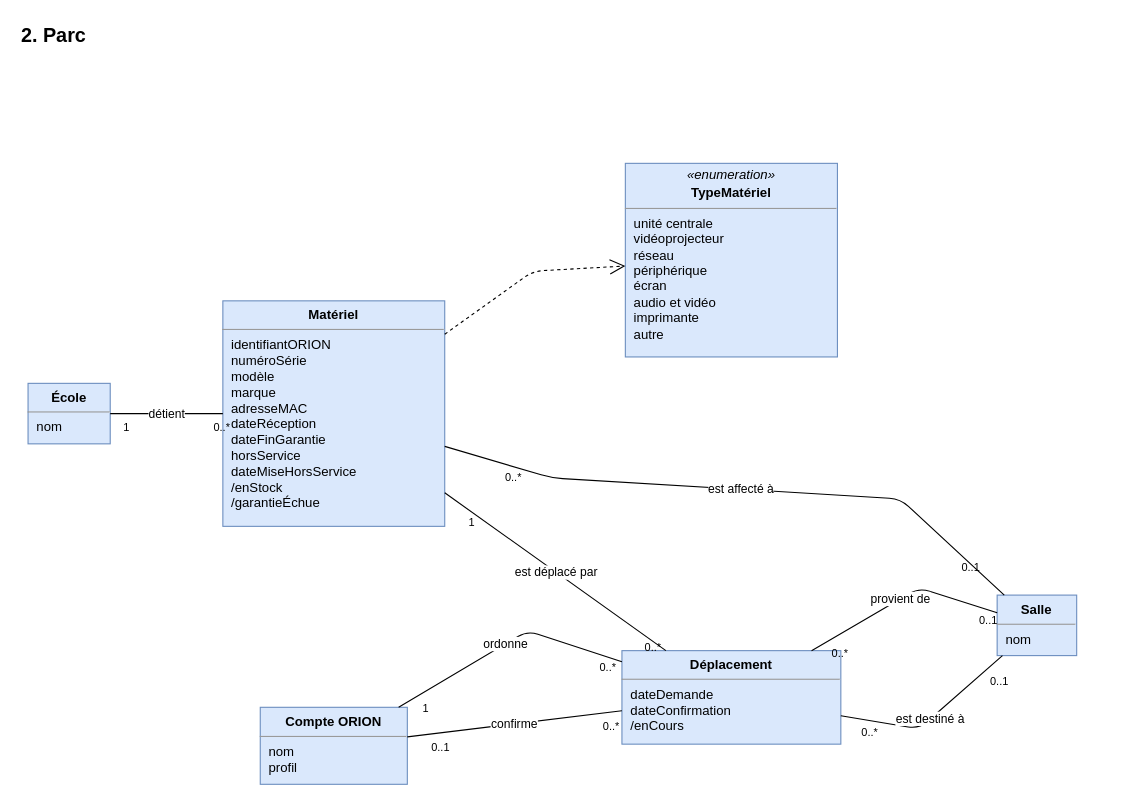
This is page "Parc" (2 of 5) of docs/02-ANALYSE/02-CAPTURE-DES-BESOINS/09-DIAGRAMME-CLASSES-METIER.drawio from bpierrelouis/aster, a draw.io file, before an edit. Source tidied: cells renumbered, new cells numbered last; positions are measured from the earlier drawing's top-left corner, leaving out a move shared by most shapes. Both pictures are drawn from the tidied source at 110%, with x=0, y=0 at pixel (19, 19).
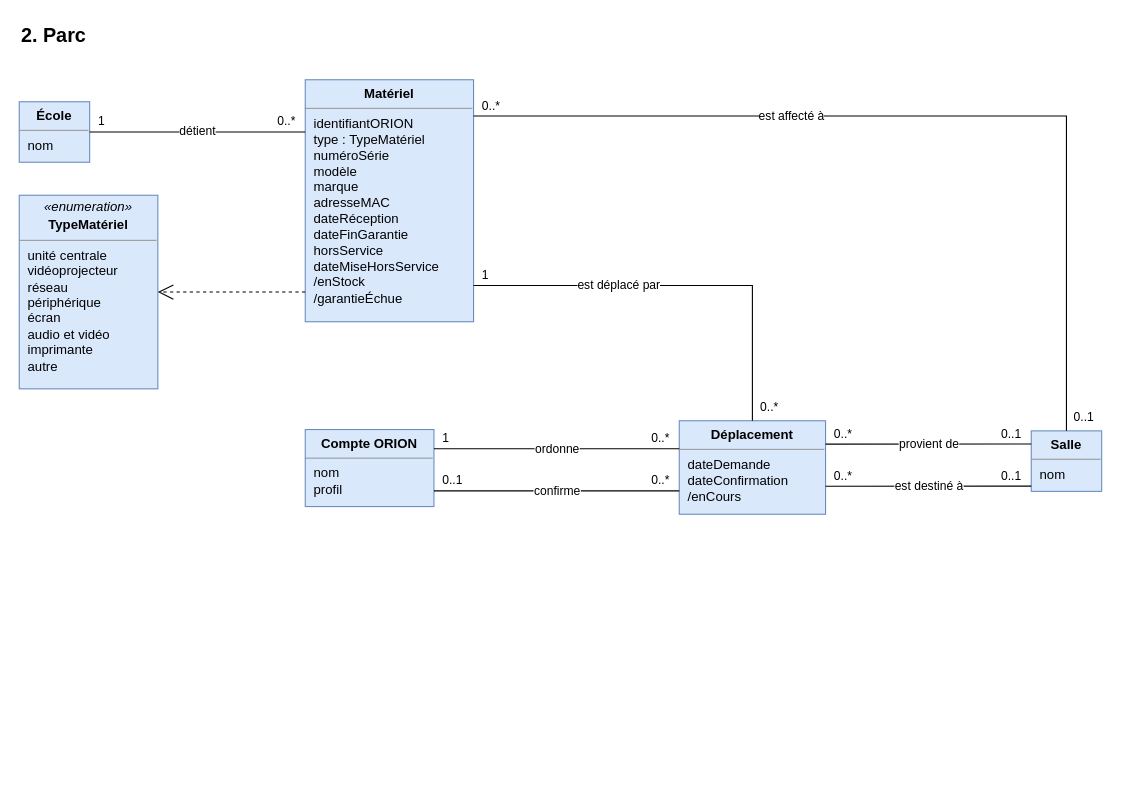
The same page after the edit.

The edit, as a diff of the source:
```diff
@@
     <mxCell id="2" value="2. Parc" style="text;html=1;align=left;verticalAlign=middle;strokeColor=none;fillColor=none;fontSize=18;fontStyle=1;" parent="1" vertex="1">
-      <mxGeometry width="500" height="30" as="geometry" />
+      <mxGeometry width="600" height="30" as="geometry" />
     </mxCell>
+    <mxCell id="5" value="&lt;p style=&quot;margin:0;margin-top:6px;text-align:center;&quot;&gt;&lt;b&gt;Matériel&lt;/b&gt;&lt;/p&gt;&lt;hr size=&quot;1&quot;/&gt;&lt;p style=&quot;margin:0;margin-left:8px;&quot;&gt;identifiantORION&lt;br&gt;type : TypeMatériel&lt;br&gt;numéroSérie&lt;br&gt;modèle&lt;br&gt;marque&lt;br&gt;adresseMAC&lt;br&gt;dateRéception&lt;br&gt;dateFinGarantie&lt;br&gt;horsService&lt;br&gt;dateMiseHorsService&lt;br&gt;/enStock&lt;br&gt;/garantieÉchue&lt;/p&gt;" style="verticalAlign=top;align=left;overflow=fill;html=1;whiteSpace=wrap;fontSize=12;fillColor=#dae8fc;strokeColor=#6c8ebf;" parent="1" vertex="1">
+      <mxGeometry x="260" y="55" width="153" height="220" as="geometry" />
+    </mxCell>
     <mxCell id="3" value="&lt;p style=&quot;margin:0;margin-top:6px;text-align:center;&quot;&gt;&lt;b&gt;École&lt;/b&gt;&lt;/p&gt;&lt;hr size=&quot;1&quot;/&gt;&lt;p style=&quot;margin:0;margin-left:8px;&quot;&gt;nom&lt;/p&gt;" style="verticalAlign=top;align=left;overflow=fill;html=1;whiteSpace=wrap;fontSize=12;fillColor=#dae8fc;strokeColor=#6c8ebf;" parent="1" vertex="1">
-      <mxGeometry x="8" y="331" width="74.7" height="55" as="geometry" />
+      <mxGeometry y="75" width="64" height="55" as="geometry" />
     </mxCell>
-    <mxCell id="4" value="&lt;p style=&quot;margin:0;margin-top:6px;text-align:center;&quot;&gt;&lt;b&gt;Salle&lt;/b&gt;&lt;/p&gt;&lt;hr size=&quot;1&quot;/&gt;&lt;p style=&quot;margin:0;margin-left:8px;&quot;&gt;nom&lt;/p&gt;" style="verticalAlign=top;align=left;overflow=fill;html=1;whiteSpace=wrap;fontSize=12;fillColor=#dae8fc;strokeColor=#6c8ebf;" parent="1" vertex="1">
-      <mxGeometry x="889" y="523.5" width="72.3" height="55" as="geometry" />
-    </mxCell>
-    <mxCell id="5" value="&lt;p style=&quot;margin:0;margin-top:6px;text-align:center;&quot;&gt;&lt;b&gt;Matériel&lt;/b&gt;&lt;/p&gt;&lt;hr size=&quot;1&quot;/&gt;&lt;p style=&quot;margin:0;margin-left:8px;&quot;&gt;identifiantORION&lt;br&gt;numéroSérie&lt;br&gt;modèle&lt;br&gt;marque&lt;br&gt;adresseMAC&lt;br&gt;dateRéception&lt;br&gt;dateFinGarantie&lt;br&gt;horsService&lt;br&gt;dateMiseHorsService&lt;br&gt;/enStock&lt;br&gt;/garantieÉchue&lt;/p&gt;" style="verticalAlign=top;align=left;overflow=fill;html=1;whiteSpace=wrap;fontSize=12;fillColor=#dae8fc;strokeColor=#6c8ebf;" parent="1" vertex="1">
-      <mxGeometry x="185.1" y="256" width="201.7" height="205" as="geometry" />
-    </mxCell>
     <mxCell id="6" value="&lt;p style=&quot;margin:0;margin-top:4px;text-align:center;&quot;&gt;&lt;i&gt;«enumeration»&lt;/i&gt;&lt;/p&gt;&lt;p style=&quot;margin:0;margin-top:2px;text-align:center;&quot;&gt;&lt;b&gt;TypeMatériel&lt;/b&gt;&lt;/p&gt;&lt;hr size=&quot;1&quot;/&gt;&lt;p style=&quot;margin:0;margin-left:8px;&quot;&gt;unité centrale&lt;br&gt;vidéoprojecteur&lt;br&gt;réseau&lt;br&gt;périphérique&lt;br&gt;écran&lt;br&gt;audio et vidéo&lt;br&gt;imprimante&lt;br&gt;autre&lt;/p&gt;" style="verticalAlign=top;align=left;overflow=fill;html=1;whiteSpace=wrap;fontSize=12;fillColor=#dae8fc;strokeColor=#6c8ebf;" parent="1" vertex="1">
-      <mxGeometry x="551" y="131" width="192.8" height="176" as="geometry" />
+      <mxGeometry y="160" width="126" height="176" as="geometry" />
     </mxCell>
     <mxCell id="7" value="&lt;p style=&quot;margin:0;margin-top:6px;text-align:center;&quot;&gt;&lt;b&gt;Déplacement&lt;/b&gt;&lt;/p&gt;&lt;hr size=&quot;1&quot;/&gt;&lt;p style=&quot;margin:0;margin-left:8px;&quot;&gt;dateDemande&lt;br&gt;dateConfirmation&lt;br&gt;/enCours&lt;/p&gt;" style="verticalAlign=top;align=left;overflow=fill;html=1;whiteSpace=wrap;fontSize=12;fillColor=#dae8fc;strokeColor=#6c8ebf;" parent="1" vertex="1">
-      <mxGeometry x="547.9" y="574" width="199" height="85" as="geometry" />
+      <mxGeometry x="600" y="365" width="133" height="85" as="geometry" />
     </mxCell>
     <mxCell id="8" value="&lt;p style=&quot;margin:0;margin-top:6px;text-align:center;&quot;&gt;&lt;b&gt;Compte ORION&lt;/b&gt;&lt;/p&gt;&lt;hr size=&quot;1&quot;/&gt;&lt;p style=&quot;margin:0;margin-left:8px;&quot;&gt;nom&lt;br&gt;profil&lt;/p&gt;" style="verticalAlign=top;align=left;overflow=fill;html=1;whiteSpace=wrap;fontSize=12;fillColor=#dae8fc;strokeColor=#6c8ebf;" parent="1" vertex="1">
-      <mxGeometry x="219.1" y="625.5" width="133.7" height="70" as="geometry" />
+      <mxGeometry x="260" y="373" width="117" height="70" as="geometry" />
     </mxCell>
+    <mxCell id="4" value="&lt;p style=&quot;margin:0;margin-top:6px;text-align:center;&quot;&gt;&lt;b&gt;Salle&lt;/b&gt;&lt;/p&gt;&lt;hr size=&quot;1&quot;/&gt;&lt;p style=&quot;margin:0;margin-left:8px;&quot;&gt;nom&lt;/p&gt;" style="verticalAlign=top;align=left;overflow=fill;html=1;whiteSpace=wrap;fontSize=12;fillColor=#dae8fc;strokeColor=#6c8ebf;" parent="1" vertex="1">
+      <mxGeometry x="920" y="374.2" width="64" height="55" as="geometry" />
+    </mxCell>
-    <mxCell id="9" value="détient" style="html=1;rounded=0;fontSize=11;labelBackgroundColor=#ffffff;endArrow=none;startArrow=none;rounded=1;" parent="1" edge="1" source="3" target="5">
+    <mxCell id="9" value="détient" style="html=1;edgeStyle=orthogonalEdgeStyle;rounded=0;jumpStyle=arc;jumpSize=10;fontSize=11;labelBackgroundColor=#ffffff;endArrow=none;startArrow=none;exitX=1;exitY=0.5;exitDx=0;exitDy=0;entryX=0;entryY=0.2159;entryDx=0;entryDy=0;" parent="1" edge="1" source="3" target="5">
       <mxGeometry relative="1" as="geometry" />
     </mxCell>
-    <mxCell id="10" value="1" style="edgeLabel;html=1;fontSize=10;labelBackgroundColor=none;" parent="9" vertex="1">
-      <mxGeometry x="-0.8" relative="1" as="geometry" />
-    </mxCell>
-    <mxCell id="11" value="0..*" style="edgeLabel;html=1;fontSize=10;labelBackgroundColor=none;" parent="9" vertex="1">
-      <mxGeometry x="0.8" relative="1" as="geometry" />
-    </mxCell>
+    <mxCell id="31" value="1" style="edgeLabel;html=1;fontSize=11;labelBackgroundColor=none;" parent="9" vertex="1">
+      <mxGeometry x="-1" relative="1" as="geometry">
+        <mxPoint x="6" y="-22.5" as="offset" />
+      </mxGeometry>
+    </mxCell>
+    <mxCell id="32" value="0..*" style="edgeLabel;html=1;fontSize=11;labelBackgroundColor=none;" parent="9" vertex="1">
+      <mxGeometry x="1" relative="1" as="geometry">
+        <mxPoint x="-26.6" y="-22.5" as="offset" />
+      </mxGeometry>
+    </mxCell>
+    <mxCell id="30" style="html=1;edgeStyle=orthogonalEdgeStyle;rounded=0;jumpStyle=arc;jumpSize=10;fontSize=11;labelBackgroundColor=#ffffff;endArrow=open;endFill=0;endSize=12;startArrow=none;dashed=1;exitX=0;exitY=0.8773;exitDx=0;exitDy=0;entryX=1;entryY=0.5;entryDx=0;entryDy=0;" parent="1" edge="1" source="5" target="6">
+      <mxGeometry relative="1" as="geometry" />
+    </mxCell>
-    <mxCell id="12" value="est affecté à" style="html=1;rounded=0;fontSize=11;labelBackgroundColor=#ffffff;endArrow=none;startArrow=none;rounded=1;" parent="1" edge="1" source="5" target="4">
-      <mxGeometry relative="1" as="geometry">
+    <mxCell id="12" value="est affecté à" style="html=1;edgeStyle=orthogonalEdgeStyle;rounded=0;jumpStyle=arc;jumpSize=10;fontSize=11;labelBackgroundColor=#ffffff;endArrow=none;startArrow=none;exitX=1;exitY=0.15;exitDx=0;exitDy=0;entryX=0.5;entryY=0;entryDx=0;entryDy=0;" parent="1" edge="1" source="5" target="4">
+      <mxGeometry x="-0.3" relative="1" as="geometry">
         <Array as="points">
-          <mxPoint x="484" y="417" />
-          <mxPoint x="801" y="436" />
+          <mxPoint x="952" y="88" />
         </Array>
       </mxGeometry>
     </mxCell>
-    <mxCell id="13" value="0..*" style="edgeLabel;html=1;fontSize=10;labelBackgroundColor=none;" parent="12" vertex="1">
-      <mxGeometry x="-0.8" relative="1" as="geometry" />
-    </mxCell>
-    <mxCell id="14" value="0..1" style="edgeLabel;html=1;fontSize=10;labelBackgroundColor=none;" parent="12" vertex="1">
-      <mxGeometry x="0.8" relative="1" as="geometry" />
-    </mxCell>
+    <mxCell id="33" value="0..*" style="edgeLabel;html=1;fontSize=11;labelBackgroundColor=none;" parent="12" vertex="1">
+      <mxGeometry x="-1" relative="1" as="geometry">
+        <mxPoint x="6" y="-22.5" as="offset" />
+      </mxGeometry>
+    </mxCell>
+    <mxCell id="34" value="0..1" style="edgeLabel;html=1;fontSize=11;labelBackgroundColor=none;" parent="12" vertex="1">
+      <mxGeometry x="1" relative="1" as="geometry">
+        <mxPoint x="5" y="-25.5" as="offset" />
+      </mxGeometry>
+    </mxCell>
-    <mxCell id="15" value="est déplacé par" style="html=1;rounded=0;fontSize=11;labelBackgroundColor=#ffffff;endArrow=none;startArrow=none;rounded=1;" parent="1" edge="1" source="5" target="7">
-      <mxGeometry relative="1" as="geometry" />
+    <mxCell id="15" value="est déplacé par" style="html=1;edgeStyle=orthogonalEdgeStyle;rounded=0;jumpStyle=arc;jumpSize=10;fontSize=11;labelBackgroundColor=#ffffff;endArrow=none;startArrow=none;exitX=1;exitY=0.85;exitDx=0;exitDy=0;entryX=0.5;entryY=0;entryDx=0;entryDy=0;" parent="1" edge="1" source="5" target="7">
+      <mxGeometry x="-0.3" relative="1" as="geometry">
+        <Array as="points">
+          <mxPoint x="666.5" y="242" />
+        </Array>
+      </mxGeometry>
     </mxCell>
-    <mxCell id="16" value="1" style="edgeLabel;html=1;fontSize=10;labelBackgroundColor=none;" parent="15" vertex="1">
-      <mxGeometry x="-0.8" relative="1" as="geometry" />
-    </mxCell>
-    <mxCell id="17" value="0..*" style="edgeLabel;html=1;fontSize=10;labelBackgroundColor=none;" parent="15" vertex="1">
-      <mxGeometry x="0.8" relative="1" as="geometry" />
-    </mxCell>
+    <mxCell id="35" value="1" style="edgeLabel;html=1;fontSize=11;labelBackgroundColor=none;" parent="15" vertex="1">
+      <mxGeometry x="-1" relative="1" as="geometry">
+        <mxPoint x="6" y="-22.5" as="offset" />
+      </mxGeometry>
+    </mxCell>
+    <mxCell id="36" value="0..*" style="edgeLabel;html=1;fontSize=11;labelBackgroundColor=none;" parent="15" vertex="1">
+      <mxGeometry x="1" relative="1" as="geometry">
+        <mxPoint x="5" y="-25.5" as="offset" />
+      </mxGeometry>
+    </mxCell>
+    <mxCell id="24" value="ordonne" style="html=1;edgeStyle=orthogonalEdgeStyle;rounded=0;jumpStyle=arc;jumpSize=10;fontSize=11;labelBackgroundColor=#ffffff;endArrow=none;startArrow=none;exitX=1;exitY=0.25;exitDx=0;exitDy=0;entryX=0;entryY=0.3;entryDx=0;entryDy=0;" parent="1" edge="1" source="8" target="7">
+      <mxGeometry relative="1" as="geometry" />
+    </mxCell>
+    <mxCell id="37" value="1" style="edgeLabel;html=1;fontSize=11;labelBackgroundColor=none;" parent="24" vertex="1">
+      <mxGeometry x="-1" relative="1" as="geometry">
+        <mxPoint x="6" y="-22.5" as="offset" />
+      </mxGeometry>
+    </mxCell>
+    <mxCell id="38" value="0..*" style="edgeLabel;html=1;fontSize=11;labelBackgroundColor=none;" parent="24" vertex="1">
+      <mxGeometry x="1" relative="1" as="geometry">
+        <mxPoint x="-26.6" y="-22.5" as="offset" />
+      </mxGeometry>
+    </mxCell>
+    <mxCell id="27" value="confirme" style="html=1;edgeStyle=orthogonalEdgeStyle;rounded=0;jumpStyle=arc;jumpSize=10;fontSize=11;labelBackgroundColor=#ffffff;endArrow=none;startArrow=none;exitX=1;exitY=0.7964;exitDx=0;exitDy=0;entryX=0;entryY=0.75;entryDx=0;entryDy=0;" parent="1" edge="1" source="8" target="7">
+      <mxGeometry relative="1" as="geometry" />
+    </mxCell>
+    <mxCell id="39" value="0..1" style="edgeLabel;html=1;fontSize=11;labelBackgroundColor=none;" parent="27" vertex="1">
+      <mxGeometry x="-1" relative="1" as="geometry">
+        <mxPoint x="6" y="-22.5" as="offset" />
+      </mxGeometry>
+    </mxCell>
+    <mxCell id="40" value="0..*" style="edgeLabel;html=1;fontSize=11;labelBackgroundColor=none;" parent="27" vertex="1">
+      <mxGeometry x="1" relative="1" as="geometry">
+        <mxPoint x="-26.6" y="-22.5" as="offset" />
+      </mxGeometry>
+    </mxCell>
-    <mxCell id="18" value="provient de" style="html=1;rounded=0;fontSize=11;labelBackgroundColor=#ffffff;endArrow=none;startArrow=none;rounded=1;" parent="1" edge="1" source="7" target="4">
-      <mxGeometry relative="1" as="geometry">
-        <Array as="points">
-          <mxPoint x="818" y="517" />
-        </Array>
-      </mxGeometry>
+    <mxCell id="18" value="provient de" style="html=1;edgeStyle=orthogonalEdgeStyle;rounded=0;jumpStyle=arc;jumpSize=10;fontSize=11;labelBackgroundColor=#ffffff;endArrow=none;startArrow=none;exitX=1;exitY=0.25;exitDx=0;exitDy=0;entryX=0;entryY=0.2182;entryDx=0;entryDy=0;" parent="1" edge="1" source="7" target="4">
+      <mxGeometry relative="1" as="geometry" />
     </mxCell>
-    <mxCell id="19" value="0..*" style="edgeLabel;html=1;fontSize=10;labelBackgroundColor=none;" parent="18" vertex="1">
-      <mxGeometry x="-0.8" relative="1" as="geometry" />
-    </mxCell>
-    <mxCell id="20" value="0..1" style="edgeLabel;html=1;fontSize=10;labelBackgroundColor=none;" parent="18" vertex="1">
-      <mxGeometry x="0.8" relative="1" as="geometry" />
-    </mxCell>
+    <mxCell id="41" value="0..*" style="edgeLabel;html=1;fontSize=11;labelBackgroundColor=none;" parent="18" vertex="1">
+      <mxGeometry x="-1" relative="1" as="geometry">
+        <mxPoint x="6" y="-22.5" as="offset" />
+      </mxGeometry>
+    </mxCell>
+    <mxCell id="42" value="0..1" style="edgeLabel;html=1;fontSize=11;labelBackgroundColor=none;" parent="18" vertex="1">
+      <mxGeometry x="1" relative="1" as="geometry">
+        <mxPoint x="-28.4" y="-22.5" as="offset" />
+      </mxGeometry>
+    </mxCell>
-    <mxCell id="21" value="est destiné à" style="html=1;rounded=0;fontSize=11;labelBackgroundColor=#ffffff;endArrow=none;startArrow=none;rounded=1;" parent="1" edge="1" source="7" target="4">
-      <mxGeometry relative="1" as="geometry">
-        <Array as="points">
-          <mxPoint x="818" y="645" />
-        </Array>
-      </mxGeometry>
+    <mxCell id="21" value="est destiné à" style="html=1;edgeStyle=orthogonalEdgeStyle;rounded=0;jumpStyle=arc;jumpSize=10;fontSize=11;labelBackgroundColor=#ffffff;endArrow=none;startArrow=none;exitX=1;exitY=0.7;exitDx=0;exitDy=0;entryX=0;entryY=0.9136;entryDx=0;entryDy=0;" parent="1" edge="1" source="7" target="4">
+      <mxGeometry relative="1" as="geometry" />
     </mxCell>
-    <mxCell id="22" value="0..*" style="edgeLabel;html=1;fontSize=10;labelBackgroundColor=none;" parent="21" vertex="1">
-      <mxGeometry x="-0.8" relative="1" as="geometry" />
-    </mxCell>
-    <mxCell id="23" value="0..1" style="edgeLabel;html=1;fontSize=10;labelBackgroundColor=none;" parent="21" vertex="1">
-      <mxGeometry x="0.8" relative="1" as="geometry" />
-    </mxCell>
-    <mxCell id="24" value="ordonne" style="html=1;rounded=0;fontSize=11;labelBackgroundColor=#ffffff;endArrow=none;startArrow=none;rounded=1;" parent="1" edge="1" source="8" target="7">
-      <mxGeometry relative="1" as="geometry">
-        <Array as="points">
-          <mxPoint x="462" y="556" />
-        </Array>
-      </mxGeometry>
-    </mxCell>
-    <mxCell id="25" value="1" style="edgeLabel;html=1;fontSize=10;labelBackgroundColor=none;" parent="24" vertex="1">
-      <mxGeometry x="-0.8" relative="1" as="geometry" />
-    </mxCell>
-    <mxCell id="26" value="0..*" style="edgeLabel;html=1;fontSize=10;labelBackgroundColor=none;" parent="24" vertex="1">
-      <mxGeometry x="0.8" relative="1" as="geometry" />
-    </mxCell>
-    <mxCell id="27" value="confirme" style="html=1;rounded=0;fontSize=11;labelBackgroundColor=#ffffff;endArrow=none;startArrow=none;rounded=1;" parent="1" edge="1" source="8" target="7">
-      <mxGeometry relative="1" as="geometry" />
-    </mxCell>
-    <mxCell id="28" value="0..1" style="edgeLabel;html=1;fontSize=10;labelBackgroundColor=none;" parent="27" vertex="1">
-      <mxGeometry x="-0.8" relative="1" as="geometry" />
-    </mxCell>
-    <mxCell id="29" value="0..*" style="edgeLabel;html=1;fontSize=10;labelBackgroundColor=none;" parent="27" vertex="1">
-      <mxGeometry x="0.8" relative="1" as="geometry" />
-    </mxCell>
-    <mxCell id="30" style="html=1;rounded=0;fontSize=11;labelBackgroundColor=#ffffff;endArrow=open;endFill=0;endSize=12;startArrow=none;dashed=1;rounded=1;" parent="1" edge="1" source="5" target="6">
-      <mxGeometry relative="1" as="geometry">
-        <Array as="points">
-          <mxPoint x="467" y="229" />
-        </Array>
-      </mxGeometry>
-    </mxCell>
+    <mxCell id="43" value="0..*" style="edgeLabel;html=1;fontSize=11;labelBackgroundColor=none;" parent="21" vertex="1">
+      <mxGeometry x="-1" relative="1" as="geometry">
+        <mxPoint x="6" y="-22.5" as="offset" />
+      </mxGeometry>
+    </mxCell>
+    <mxCell id="44" value="0..1" style="edgeLabel;html=1;fontSize=11;labelBackgroundColor=none;" parent="21" vertex="1">
+      <mxGeometry x="1" relative="1" as="geometry">
+        <mxPoint x="-28.4" y="-22.5" as="offset" />
+      </mxGeometry>
+    </mxCell>
```
